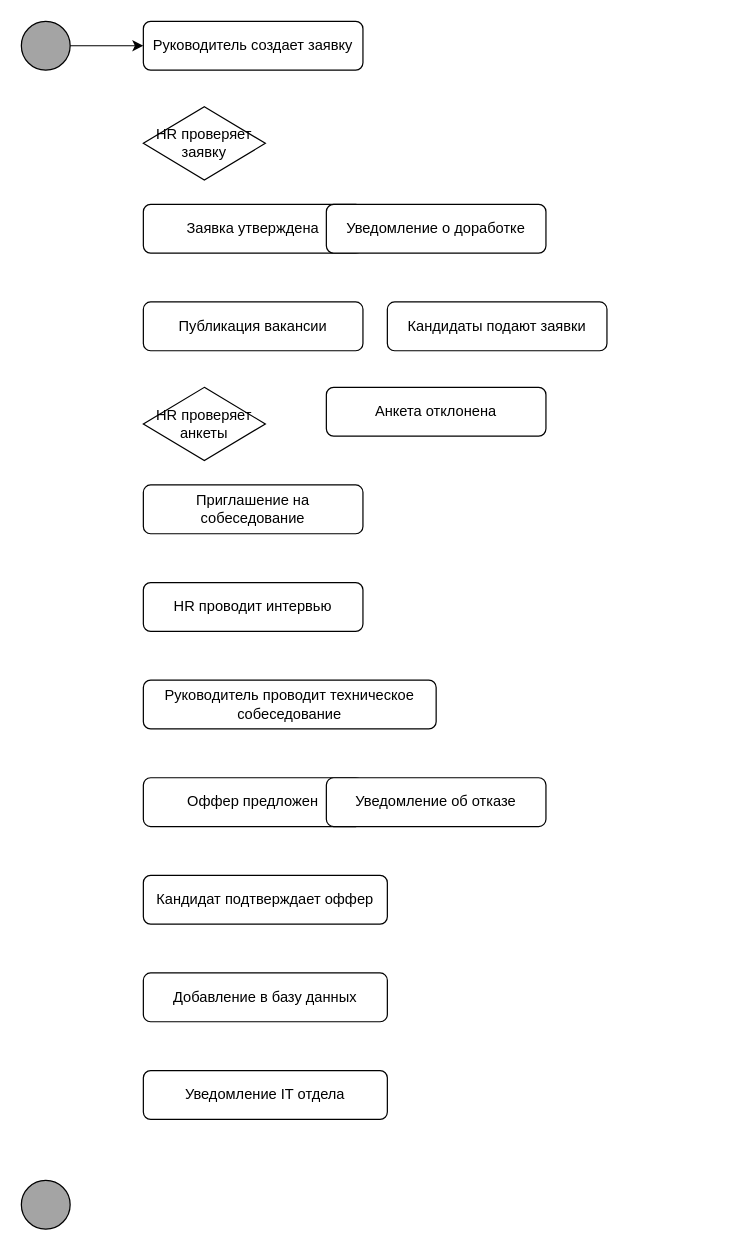
Above: Patterns/13_hw01.drawio in zenfgm/Patterns (draw.io), before the change. Source tidied: cells renumbered, new cells numbered last; positions are measured from the earlier drawing's top-left corner, leaving out a move shared by most shapes. Both pictures are drawn from the tidied source at 122%, with x=0, y=0 at pixel (21, 21).
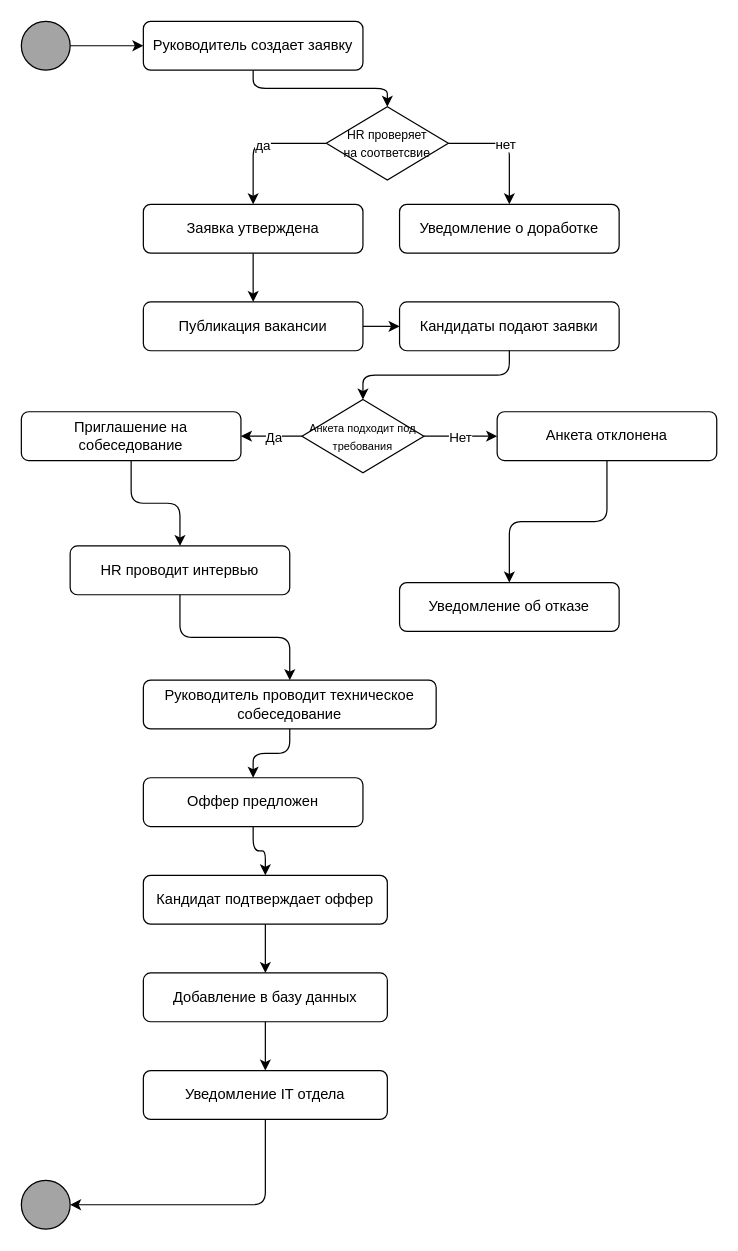
The same diagram, later.

The change refers to these unchanged cells:
```xml
<mxCell id="3" value="Руководитель создает заявку" style="rounded=1;whiteSpace=wrap;html=1;" parent="1" vertex="1">
  <mxGeometry x="100" width="180" height="40" as="geometry" />
</mxCell>
<mxCell id="5" value="Заявка утверждена" style="rounded=1;whiteSpace=wrap;html=1;" parent="1" vertex="1">
  <mxGeometry x="100" y="150" width="180" height="40" as="geometry" />
</mxCell>
<mxCell id="7" value="Публикация вакансии" style="rounded=1;whiteSpace=wrap;html=1;" parent="1" vertex="1">
  <mxGeometry x="100" y="230" width="180" height="40" as="geometry" />
</mxCell>
<mxCell id="13" value="Руководитель проводит техническое собеседование" style="rounded=1;whiteSpace=wrap;html=1;" parent="1" vertex="1">
  <mxGeometry x="100" y="540" width="240" height="40" as="geometry" />
</mxCell>
<mxCell id="14" value="Оффер предложен" style="rounded=1;whiteSpace=wrap;html=1;" parent="1" vertex="1">
  <mxGeometry x="100" y="620" width="180" height="40" as="geometry" />
</mxCell>
<mxCell id="16" value="Кандидат подтверждает оффер" style="rounded=1;whiteSpace=wrap;html=1;" parent="1" vertex="1">
  <mxGeometry x="100" y="700" width="200" height="40" as="geometry" />
</mxCell>
<mxCell id="17" value="Добавление в базу данных" style="rounded=1;whiteSpace=wrap;html=1;" parent="1" vertex="1">
  <mxGeometry x="100" y="780" width="200" height="40" as="geometry" />
</mxCell>
<mxCell id="18" value="Уведомление IT отдела" style="rounded=1;whiteSpace=wrap;html=1;" parent="1" vertex="1">
  <mxGeometry x="100" y="860" width="200" height="40" as="geometry" />
</mxCell>
<mxCell id="19" style="ellipse;whiteSpace=wrap;html=1;fillColor=#A4A4A4;" parent="1" vertex="1">
  <mxGeometry y="950" width="40" height="40" as="geometry" />
</mxCell>
```

What changed in the source:
```diff
@@
-    <mxCell id="4" value="HR проверяет заявку" style="rhombus;whiteSpace=wrap;html=1;" parent="1" vertex="1">
-      <mxGeometry x="100" y="70" width="100" height="60" as="geometry" />
+    <mxCell id="4" value="&lt;font style=&quot;font-size: 10px;&quot;&gt;HR проверяет&lt;/font&gt;&lt;div&gt;&lt;font style=&quot;font-size: 10px;&quot;&gt;на соответсвие&lt;/font&gt;&lt;/div&gt;" style="rhombus;whiteSpace=wrap;html=1;" parent="1" vertex="1">
+      <mxGeometry x="250" y="70" width="100" height="60" as="geometry" />
     </mxCell>
@@
     <mxCell id="6" value="Уведомление о доработке" style="rounded=1;whiteSpace=wrap;html=1;" parent="1" vertex="1">
-      <mxGeometry x="250" y="150" width="180" height="40" as="geometry" />
+      <mxGeometry x="310" y="150" width="180" height="40" as="geometry" />
     </mxCell>
@@
     <mxCell id="8" value="Кандидаты подают заявки" style="rounded=1;whiteSpace=wrap;html=1;" parent="1" vertex="1">
-      <mxGeometry x="300" y="230" width="180" height="40" as="geometry" />
+      <mxGeometry x="310" y="230" width="180" height="40" as="geometry" />
     </mxCell>
-    <mxCell id="9" value="HR проверяет анкеты" style="rhombus;whiteSpace=wrap;html=1;" parent="1" vertex="1">
-      <mxGeometry x="100" y="300" width="100" height="60" as="geometry" />
+    <mxCell id="9" value="&lt;font style=&quot;font-size: 9px;&quot;&gt;Анкета подходит под требования&lt;/font&gt;" style="rhombus;whiteSpace=wrap;html=1;" parent="1" vertex="1">
+      <mxGeometry x="230" y="310" width="100" height="60" as="geometry" />
     </mxCell>
     <mxCell id="10" value="Анкета отклонена" style="rounded=1;whiteSpace=wrap;html=1;" parent="1" vertex="1">
-      <mxGeometry x="250" y="300" width="180" height="40" as="geometry" />
+      <mxGeometry x="390" y="320" width="180" height="40" as="geometry" />
     </mxCell>
     <mxCell id="11" value="Приглашение на собеседование" style="rounded=1;whiteSpace=wrap;html=1;" parent="1" vertex="1">
-      <mxGeometry x="100" y="380" width="180" height="40" as="geometry" />
+      <mxGeometry y="320" width="180" height="40" as="geometry" />
     </mxCell>
     <mxCell id="12" value="HR проводит интервью" style="rounded=1;whiteSpace=wrap;html=1;" parent="1" vertex="1">
-      <mxGeometry x="100" y="460" width="180" height="40" as="geometry" />
+      <mxGeometry x="40" y="430" width="180" height="40" as="geometry" />
     </mxCell>
@@
     <mxCell id="15" value="Уведомление об отказе" style="rounded=1;whiteSpace=wrap;html=1;" parent="1" vertex="1">
-      <mxGeometry x="250" y="620" width="180" height="40" as="geometry" />
+      <mxGeometry x="310" y="460" width="180" height="40" as="geometry" />
     </mxCell>
@@
+    <mxCell id="21" style="edgeStyle=orthogonalEdgeStyle;entryX=0.5;entryY=0;entryDx=0;entryDy=0;" parent="1" edge="1" source="3" target="4">
+      <mxGeometry relative="1" as="geometry" />
+    </mxCell>
+    <mxCell id="22" style="edgeStyle=orthogonalEdgeStyle;exitX=0;exitY=0.5;exitDx=0;exitDy=0;" parent="1" edge="1" source="4" target="5">
+      <mxGeometry relative="1" as="geometry" />
+    </mxCell>
+    <mxCell id="23" value="да" style="edgeLabel;html=1;align=center;verticalAlign=middle;sketch=1;hachureGap=4;jiggle=2;curveFitting=1;fontFamily=Architects Daughter;" parent="22" vertex="1">
+      <mxGeometry x="-0.04" y="1" relative="1" as="geometry" />
+    </mxCell>
+    <mxCell id="24" style="edgeStyle=orthogonalEdgeStyle;entryX=0.5;entryY=0;entryDx=0;entryDy=0;exitX=1;exitY=0.5;exitDx=0;exitDy=0;" parent="1" edge="1" source="4" target="6">
+      <mxGeometry relative="1" as="geometry" />
+    </mxCell>
+    <mxCell id="25" value="нет" style="edgeLabel;html=1;align=center;verticalAlign=middle;sketch=1;hachureGap=4;jiggle=2;curveFitting=1;fontFamily=Architects Daughter;" parent="24" vertex="1">
+      <mxGeometry x="-0.09" relative="1" as="geometry" />
+    </mxCell>
+    <mxCell id="26" style="edgeStyle=orthogonalEdgeStyle;" parent="1" edge="1" source="5" target="7">
+      <mxGeometry relative="1" as="geometry" />
+    </mxCell>
+    <mxCell id="27" style="edgeStyle=orthogonalEdgeStyle;" parent="1" edge="1" source="7" target="8">
+      <mxGeometry relative="1" as="geometry" />
+    </mxCell>
+    <mxCell id="28" style="edgeStyle=orthogonalEdgeStyle;" parent="1" edge="1" source="8" target="9">
+      <mxGeometry relative="1" as="geometry" />
+    </mxCell>
+    <mxCell id="29" style="edgeStyle=orthogonalEdgeStyle;" parent="1" edge="1" source="9" target="10">
+      <mxGeometry relative="1" as="geometry" />
+    </mxCell>
+    <mxCell id="30" value="Нет" style="edgeLabel;html=1;align=center;verticalAlign=middle;sketch=1;hachureGap=4;jiggle=2;curveFitting=1;fontFamily=Architects Daughter;" parent="29" vertex="1">
+      <mxGeometry x="-0.02" relative="1" as="geometry" />
+    </mxCell>
+    <mxCell id="31" style="edgeStyle=orthogonalEdgeStyle;exitX=0;exitY=0.5;exitDx=0;exitDy=0;" parent="1" edge="1" source="9" target="11">
+      <mxGeometry relative="1" as="geometry" />
+    </mxCell>
+    <mxCell id="32" value="Да" style="edgeLabel;html=1;align=center;verticalAlign=middle;sketch=1;hachureGap=4;jiggle=2;curveFitting=1;fontFamily=Architects Daughter;" parent="31" vertex="1">
+      <mxGeometry x="-0.06" relative="1" as="geometry" />
+    </mxCell>
+    <mxCell id="33" style="edgeStyle=orthogonalEdgeStyle;" parent="1" edge="1" source="11" target="12">
+      <mxGeometry relative="1" as="geometry" />
+    </mxCell>
+    <mxCell id="34" style="edgeStyle=orthogonalEdgeStyle;" parent="1" edge="1" source="12" target="13">
+      <mxGeometry relative="1" as="geometry" />
+    </mxCell>
+    <mxCell id="35" style="edgeStyle=orthogonalEdgeStyle;" parent="1" edge="1" source="13" target="14">
+      <mxGeometry relative="1" as="geometry" />
+    </mxCell>
+    <mxCell id="36" style="edgeStyle=orthogonalEdgeStyle;" parent="1" edge="1" source="10" target="15">
+      <mxGeometry relative="1" as="geometry" />
+    </mxCell>
+    <mxCell id="37" style="edgeStyle=orthogonalEdgeStyle;" parent="1" edge="1" source="14" target="16">
+      <mxGeometry relative="1" as="geometry" />
+    </mxCell>
+    <mxCell id="38" style="edgeStyle=orthogonalEdgeStyle;" parent="1" edge="1" source="16" target="17">
+      <mxGeometry relative="1" as="geometry" />
+    </mxCell>
+    <mxCell id="39" style="edgeStyle=orthogonalEdgeStyle;" parent="1" edge="1" source="17" target="18">
+      <mxGeometry relative="1" as="geometry" />
+    </mxCell>
+    <mxCell id="40" style="edgeStyle=orthogonalEdgeStyle;exitX=0.5;exitY=1;exitDx=0;exitDy=0;entryX=1;entryY=0.5;entryDx=0;entryDy=0;" parent="1" edge="1" source="18" target="19">
+      <mxGeometry relative="1" as="geometry" />
+    </mxCell>
```
